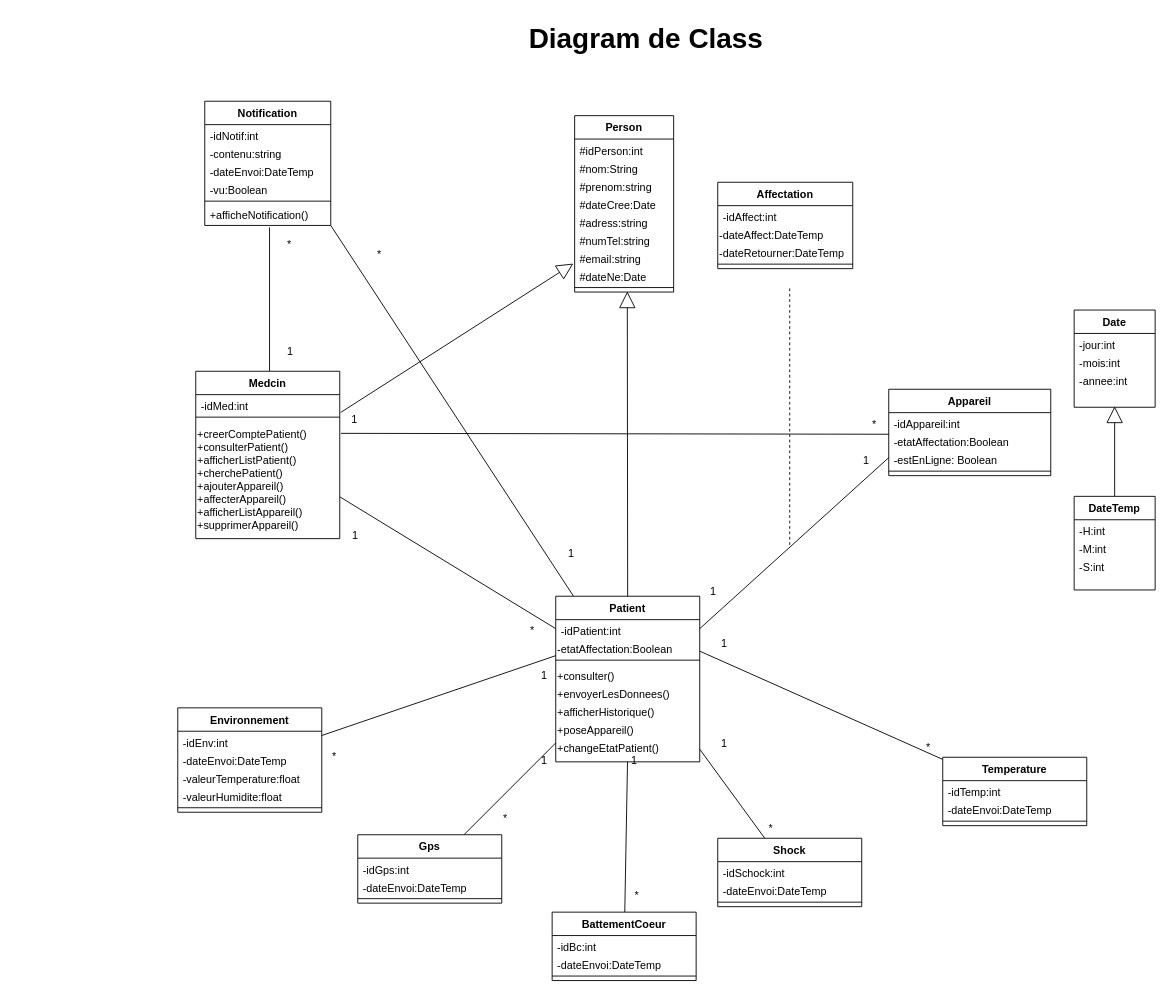
This is Untitled Diagram.drawio from AliAkram7/Univ-MLT-v01, a draw.io file, before an edit. Source tidied: cells renumbered, new cells numbered last; positions are measured from the earlier drawing's top-left corner, leaving out a move shared by most shapes. Both pictures are drawn from the tidied source at 90%, with x=0, y=0 at pixel (15, 15).
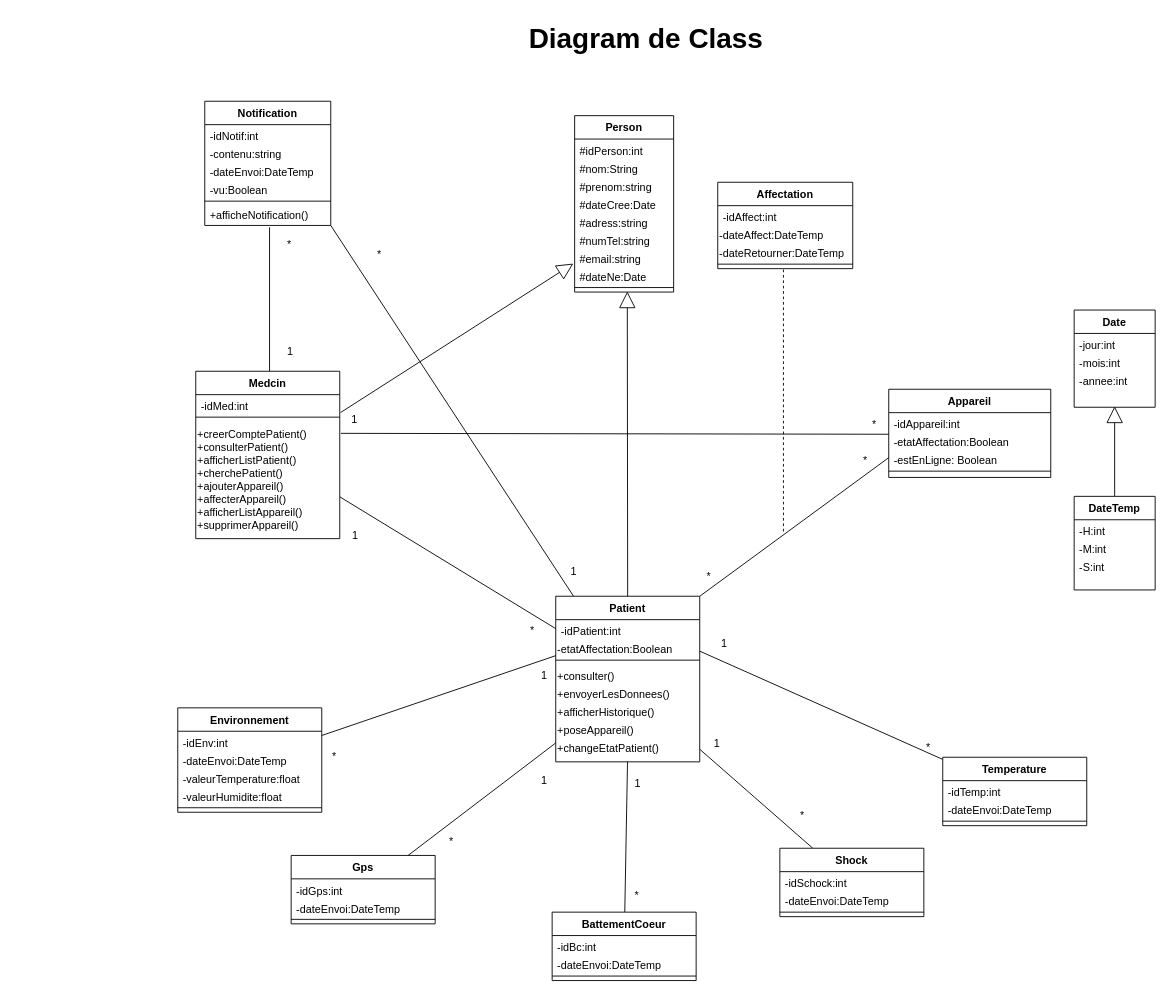
Above is the later version.

The change refers to these unchanged cells:
```xml
<mxCell id="11" value="-estEnLigne: Boolean&#10;" style="text;align=left;verticalAlign=top;spacingLeft=4;spacingRight=4;overflow=hidden;points=[[0,0.5],[1,0.5]];portConstraint=eastwest;rounded=0;shadow=0;html=0;" parent="8" vertex="1">
  <mxGeometry y="66" width="180" height="20" as="geometry" />
</mxCell>
<mxCell id="19" value="Patient" style="swimlane;fontStyle=1;align=center;verticalAlign=top;horizontal=1;startSize=26;" parent="1" vertex="1">
  <mxGeometry x="600" y="645" width="160" height="184" as="geometry" />
</mxCell>
<mxCell id="20" value="-idPatient:int&#10;" style="text;strokeColor=none;fillColor=none;align=left;verticalAlign=top;spacingLeft=4;spacingRight=4;overflow=hidden;points=[[0,0.5],[1,0.5]];portConstraint=eastwest;" parent="19" vertex="1">
  <mxGeometry y="26" width="160" height="20" as="geometry" />
</mxCell>
```

Diff of the diagram source:
```diff
@@
     <mxCell id="8" value="Appareil" style="swimlane;fontStyle=1;align=center;verticalAlign=top;horizontal=1;startSize=26;rounded=0;shadow=0;strokeWidth=1;" parent="1" vertex="1">
-      <mxGeometry x="970" y="415" width="180" height="96" as="geometry" />
+      <mxGeometry x="970" y="415" width="180" height="98" as="geometry" />
     </mxCell>
@@
-    <mxCell id="16" style="edgeStyle=none;jettySize=auto;html=1;entryX=0;entryY=0.5;entryDx=0;entryDy=0;strokeColor=default;startArrow=none;startFill=0;endArrow=none;endFill=0;exitX=1;exitY=0.5;exitDx=0;exitDy=0;" parent="1" edge="1" source="20" target="11">
+    <mxCell id="16" style="edgeStyle=none;jettySize=auto;html=1;entryX=0;entryY=0.5;entryDx=0;entryDy=0;strokeColor=default;startArrow=none;startFill=0;endArrow=none;endFill=0;exitX=1;exitY=0;exitDx=0;exitDy=0;" parent="1" edge="1" source="19" target="11">
       <mxGeometry relative="1" as="geometry" />
     </mxCell>
@@
     <mxCell id="29" style="edgeStyle=none;orthogonalLoop=1;jettySize=auto;html=1;strokeColor=default;startArrow=none;startFill=0;endArrow=none;endFill=0;dashed=1;" parent="1" edge="1">
       <mxGeometry relative="1" as="geometry">
-        <mxPoint x="860" y="303" as="sourcePoint" />
-        <mxPoint x="860" y="590" as="targetPoint" />
+        <mxPoint x="853" y="282" as="sourcePoint" />
+        <mxPoint x="853" y="575" as="targetPoint" />
       </mxGeometry>
     </mxCell>
@@
     <mxCell id="45" value="Gps" style="swimlane;fontStyle=1;align=center;verticalAlign=top;horizontal=1;startSize=26;" parent="1" vertex="1">
-      <mxGeometry x="380" y="910" width="160" height="76" as="geometry" />
+      <mxGeometry x="306" y="933" width="160" height="76" as="geometry" />
     </mxCell>
@@
     <mxCell id="62" value="Shock" style="swimlane;fontStyle=1;align=center;verticalAlign=top;horizontal=1;startSize=26;" parent="1" vertex="1">
-      <mxGeometry x="780" y="913.9" width="160" height="76" as="geometry" />
+      <mxGeometry x="849" y="925" width="160" height="76" as="geometry" />
     </mxCell>
@@
-    <mxCell id="88" value="1&#10;" style="align=left;verticalAlign=bottom;labelBackgroundColor=none;fontSize=12;" parent="1" vertex="1">
-      <mxGeometry x="470" y="715" as="geometry">
+    <mxCell id="88" value="*" style="align=left;verticalAlign=bottom;labelBackgroundColor=none;fontSize=12;" parent="1" vertex="1">
+      <mxGeometry x="466" y="684" as="geometry">
         <mxPoint x="300" y="-53" as="offset" />
       </mxGeometry>
     </mxCell>
-    <mxCell id="89" value="1" style="align=left;verticalAlign=bottom;labelBackgroundColor=none;fontSize=12;" parent="1" vertex="1">
+    <mxCell id="89" value="*" style="align=left;verticalAlign=bottom;labelBackgroundColor=none;fontSize=12;" parent="1" vertex="1">
       <mxGeometry x="640" y="555" as="geometry">
         <mxPoint x="300" y="-53" as="offset" />
       </mxGeometry>
     </mxCell>
@@
     <mxCell id="91" value="*" style="align=left;verticalAlign=bottom;labelBackgroundColor=none;fontSize=12;" parent="1" vertex="1">
-      <mxGeometry x="535" y="965" as="geometry">
+      <mxGeometry x="570" y="950" as="geometry">
         <mxPoint x="300" y="-53" as="offset" />
       </mxGeometry>
     </mxCell>
@@
     <mxCell id="93" value="*" style="align=left;verticalAlign=bottom;labelBackgroundColor=none;fontSize=12;" parent="1" vertex="1">
-      <mxGeometry x="240" y="953" as="geometry">
+      <mxGeometry x="180" y="979" as="geometry">
         <mxPoint x="300" y="-53" as="offset" />
       </mxGeometry>
     </mxCell>
@@
     <mxCell id="100" value="1" style="align=left;verticalAlign=bottom;labelBackgroundColor=none;fontSize=12;" parent="1" vertex="1">
-      <mxGeometry x="320" y="375" as="geometry">
+      <mxGeometry x="323" y="395" as="geometry">
         <mxPoint x="292" y="231" as="offset" />
       </mxGeometry>
     </mxCell>
     <mxCell id="101" value="1" style="align=left;verticalAlign=bottom;labelBackgroundColor=none;fontSize=12;" parent="1" vertex="1">
-      <mxGeometry x="490" y="586" as="geometry">
+      <mxGeometry x="482" y="586" as="geometry">
         <mxPoint x="292" y="231" as="offset" />
       </mxGeometry>
     </mxCell>
     <mxCell id="102" value="1" style="align=left;verticalAlign=bottom;labelBackgroundColor=none;fontSize=12;" parent="1" vertex="1">
-      <mxGeometry x="390" y="605" as="geometry">
+      <mxGeometry x="394" y="630" as="geometry">
         <mxPoint x="292" y="231" as="offset" />
       </mxGeometry>
     </mxCell>
     <mxCell id="103" value="1" style="align=left;verticalAlign=bottom;labelBackgroundColor=none;fontSize=12;" parent="1" vertex="1">
-      <mxGeometry x="290" y="605" as="geometry">
+      <mxGeometry x="290" y="627" as="geometry">
         <mxPoint x="292" y="231" as="offset" />
       </mxGeometry>
     </mxCell>
```
